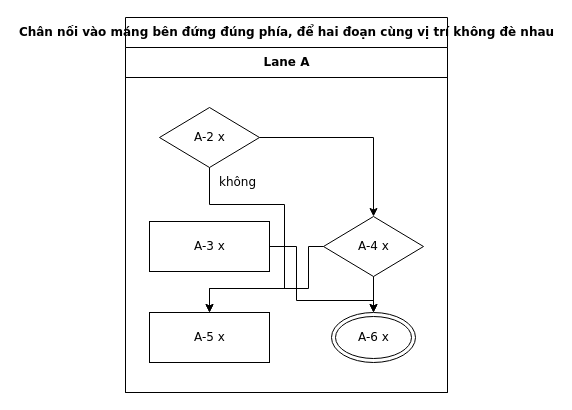
The draw.io diagram conformance/golden/cases/89-route-gutter-stub-side.drawio in luytbq/flowcast, before the edit. Source tidied: cells renumbered, new cells numbered last; positions are measured from the earlier drawing's top-left corner, leaving out a move shared by most shapes. Both pictures are drawn from the tidied source at 100%, with x=0, y=0 at pixel (125, 17).
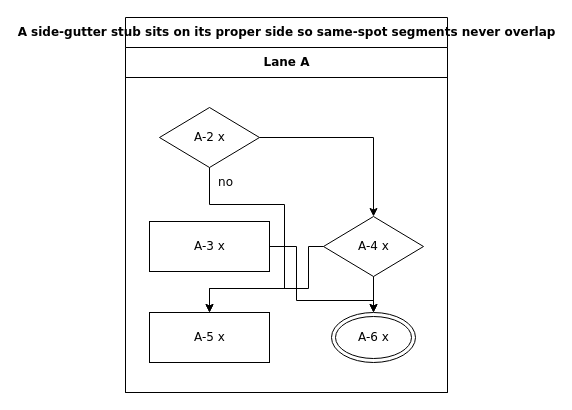
After the change.

The change refers to these unchanged cells:
```xml
<mxCell id="4" value="A-2 x" style="rhombus;html=1;fontFamily=Verdana;fontSize=12;flowtable=1;" parent="3" vertex="1">
  <mxGeometry x="34" y="60" width="100" height="60" as="geometry" />
</mxCell>
<mxCell id="7" value="A-5 x" style="rounded=0;html=1;fontFamily=Verdana;fontSize=12;flowtable=1;" parent="3" vertex="1">
  <mxGeometry x="24" y="265" width="120" height="50" as="geometry" />
</mxCell>
```

Change to the diagram source:
```diff
@@
-    <mxCell id="2" value="Chân nối vào máng bên đứng đúng phía, để hai đoạn cùng vị trí không đè nhau" style="swimlane;html=1;startSize=30;fontStyle=1;fontFamily=Verdana;fontSize=12;flowtable=1;" parent="1" vertex="1">
+    <mxCell id="2" value="A side-gutter stub sits on its proper side so same-spot segments never overlap" style="swimlane;html=1;startSize=30;fontStyle=1;fontFamily=Verdana;fontSize=12;flowtable=1;" parent="1" vertex="1">
       <mxGeometry width="322" height="375" as="geometry" />
     </mxCell>
@@
-    <mxCell id="10" value="không" style="edgeStyle=orthogonalEdgeStyle;rounded=0;jettySize=auto;html=1;labelBackgroundColor=default;exitX=0.5;exitY=1;exitDx=0;exitDy=0;entryX=0.5;entryY=0;entryDx=0;entryDy=0;fontFamily=Verdana;fontSize=12;flowtable=1;" parent="2" edge="1" source="4" target="7">
+    <mxCell id="10" value="no" style="edgeStyle=orthogonalEdgeStyle;rounded=0;jettySize=auto;html=1;labelBackgroundColor=default;exitX=0.5;exitY=1;exitDx=0;exitDy=0;entryX=0.5;entryY=0;entryDx=0;entryDy=0;fontFamily=Verdana;fontSize=12;flowtable=1;" parent="2" edge="1" source="4" target="7">
       <mxGeometry x="-0.9" relative="1" as="geometry">
         <Array as="points">
           <mxPoint x="84" y="187" />
           <mxPoint x="159" y="187" />
           <mxPoint x="159" y="271" />
           <mxPoint x="84" y="271" />
         </Array>
-        <mxPoint x="27.5" as="offset" />
+        <mxPoint x="16.4" as="offset" />
       </mxGeometry>
     </mxCell>
```
